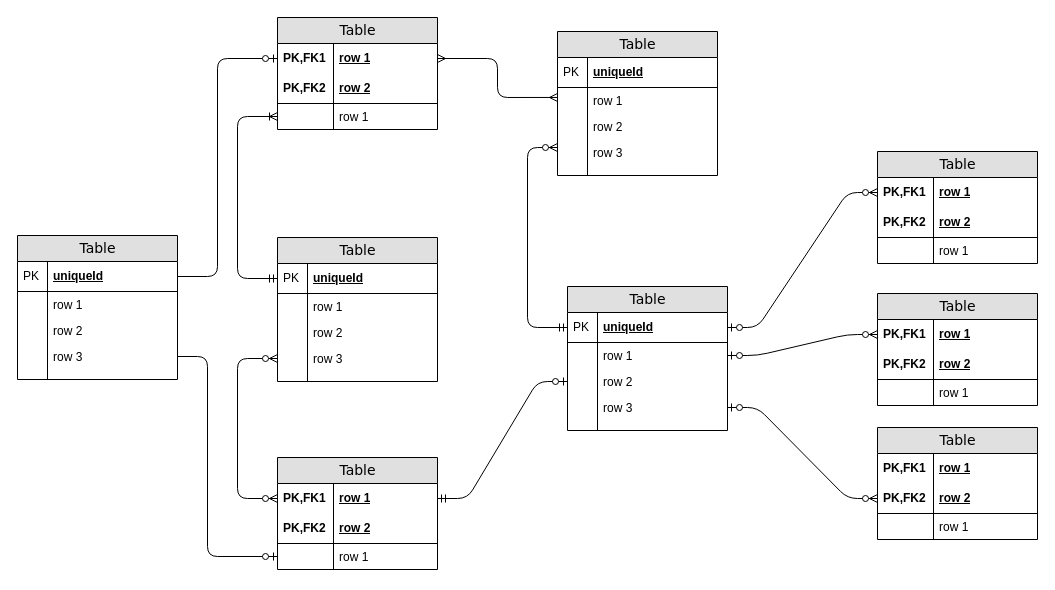
The draw.io diagram Diagrama sin título.drawio in lanza318/Documentacion, before the edit. Source tidied: cells renumbered, new cells numbered last; positions are measured from the earlier drawing's top-left corner, leaving out a move shared by most shapes. Both pictures are drawn from the tidied source at 100%, with x=0, y=0 at pixel (17, 17).
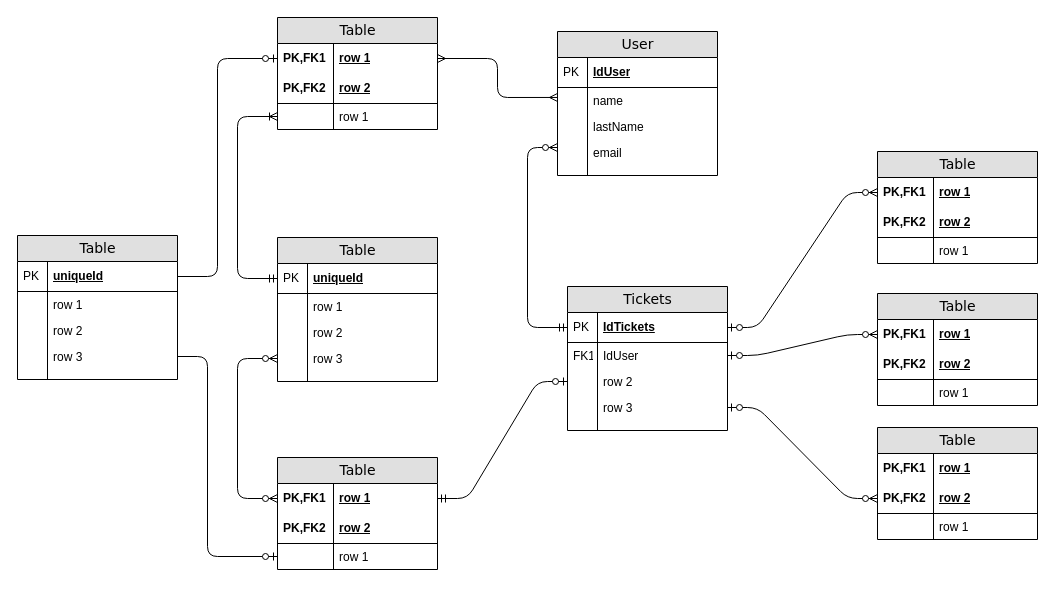
Above is the later version.

Diff of the diagram source:
```diff
@@
-    <mxCell id="9" value="Table" style="swimlane;html=1;fontStyle=0;horizontal=1;startSize=26;fillColor=#e0e0e0;swimlaneFillColor=#ffffff;align=center;rounded=0;shadow=0;comic=0;labelBackgroundColor=none;strokeWidth=1;fontFamily=Verdana;fontSize=14;swimlaneLine=1;" parent="1" vertex="1">
+    <mxCell id="9" value="User" style="swimlane;html=1;fontStyle=0;horizontal=1;startSize=26;fillColor=#e0e0e0;swimlaneFillColor=#ffffff;align=center;rounded=0;shadow=0;comic=0;labelBackgroundColor=none;strokeWidth=1;fontFamily=Verdana;fontSize=14;swimlaneLine=1;" parent="1" vertex="1">
       <mxGeometry x="540" y="14" width="160" height="144" as="geometry" />
     </mxCell>
-    <mxCell id="10" value="uniqueId" style="shape=partialRectangle;top=0;left=0;right=0;bottom=1;html=1;align=left;verticalAlign=middle;fillColor=none;spacingLeft=34;spacingRight=4;whiteSpace=wrap;overflow=hidden;fontStyle=5;" parent="9" vertex="1">
+    <mxCell id="10" value="IdUser" style="shape=partialRectangle;top=0;left=0;right=0;bottom=1;html=1;align=left;verticalAlign=middle;fillColor=none;spacingLeft=34;spacingRight=4;whiteSpace=wrap;overflow=hidden;fontStyle=5;" parent="9" vertex="1">
       <mxGeometry y="26" width="160" height="30" as="geometry" />
     </mxCell>
@@
-    <mxCell id="12" value="row 1" style="shape=partialRectangle;top=0;left=0;right=0;bottom=0;html=1;align=left;verticalAlign=top;fillColor=none;spacingLeft=34;spacingRight=4;whiteSpace=wrap;overflow=hidden;points=[[0,0.5],[1,0.5]];portConstraint=eastwest;" parent="9" vertex="1">
+    <mxCell id="12" value="name&lt;div&gt;&lt;br&gt;&lt;/div&gt;&lt;div&gt;&lt;br&gt;&lt;/div&gt;" style="shape=partialRectangle;top=0;left=0;right=0;bottom=0;html=1;align=left;verticalAlign=top;fillColor=none;spacingLeft=34;spacingRight=4;whiteSpace=wrap;overflow=hidden;points=[[0,0.5],[1,0.5]];portConstraint=eastwest;" parent="9" vertex="1">
       <mxGeometry y="56" width="160" height="26" as="geometry" />
     </mxCell>
@@
-    <mxCell id="14" value="row 2" style="shape=partialRectangle;top=0;left=0;right=0;bottom=0;html=1;align=left;verticalAlign=top;fillColor=none;spacingLeft=34;spacingRight=4;whiteSpace=wrap;overflow=hidden;" parent="9" vertex="1">
+    <mxCell id="14" value="lastName" style="shape=partialRectangle;top=0;left=0;right=0;bottom=0;html=1;align=left;verticalAlign=top;fillColor=none;spacingLeft=34;spacingRight=4;whiteSpace=wrap;overflow=hidden;" parent="9" vertex="1">
       <mxGeometry y="82" width="160" height="26" as="geometry" />
     </mxCell>
@@
-    <mxCell id="16" value="row 3" style="shape=partialRectangle;top=0;left=0;right=0;bottom=0;html=1;align=left;verticalAlign=top;fillColor=none;spacingLeft=34;spacingRight=4;whiteSpace=wrap;overflow=hidden;points=[[0,0.5],[1,0.5]];portConstraint=eastwest;" parent="9" vertex="1">
+    <mxCell id="16" value="email" style="shape=partialRectangle;top=0;left=0;right=0;bottom=0;html=1;align=left;verticalAlign=top;fillColor=none;spacingLeft=34;spacingRight=4;whiteSpace=wrap;overflow=hidden;points=[[0,0.5],[1,0.5]];portConstraint=eastwest;" parent="9" vertex="1">
       <mxGeometry y="108" width="160" height="26" as="geometry" />
     </mxCell>
@@
-    <mxCell id="31" value="Table" style="swimlane;html=1;fontStyle=0;horizontal=1;startSize=26;fillColor=#e0e0e0;swimlaneFillColor=#ffffff;align=center;rounded=0;shadow=0;comic=0;labelBackgroundColor=none;strokeWidth=1;fontFamily=Verdana;fontSize=14;" parent="1" vertex="1">
+    <mxCell id="31" value="Tickets" style="swimlane;html=1;fontStyle=0;horizontal=1;startSize=26;fillColor=#e0e0e0;swimlaneFillColor=#ffffff;align=center;rounded=0;shadow=0;comic=0;labelBackgroundColor=none;strokeWidth=1;fontFamily=Verdana;fontSize=14;" parent="1" vertex="1">
       <mxGeometry x="550" y="269" width="160" height="144" as="geometry" />
     </mxCell>
-    <mxCell id="32" value="uniqueId" style="shape=partialRectangle;top=0;left=0;right=0;bottom=1;html=1;align=left;verticalAlign=middle;fillColor=none;spacingLeft=34;spacingRight=4;whiteSpace=wrap;overflow=hidden;points=[[0,0.5],[1,0.5]];portConstraint=eastwest;fontStyle=5;" parent="31" vertex="1">
+    <mxCell id="32" value="IdTickets" style="shape=partialRectangle;top=0;left=0;right=0;bottom=1;html=1;align=left;verticalAlign=middle;fillColor=none;spacingLeft=34;spacingRight=4;whiteSpace=wrap;overflow=hidden;points=[[0,0.5],[1,0.5]];portConstraint=eastwest;fontStyle=5;" parent="31" vertex="1">
       <mxGeometry y="26" width="160" height="30" as="geometry" />
     </mxCell>
@@
-    <mxCell id="34" value="row 1" style="shape=partialRectangle;top=0;left=0;right=0;bottom=0;html=1;align=left;verticalAlign=top;fillColor=none;spacingLeft=34;spacingRight=4;whiteSpace=wrap;overflow=hidden;points=[[0,0.5],[1,0.5]];portConstraint=eastwest;" parent="31" vertex="1">
+    <mxCell id="34" value="IdUser" style="shape=partialRectangle;top=0;left=0;right=0;bottom=0;html=1;align=left;verticalAlign=top;fillColor=none;spacingLeft=34;spacingRight=4;whiteSpace=wrap;overflow=hidden;points=[[0,0.5],[1,0.5]];portConstraint=eastwest;" parent="31" vertex="1">
       <mxGeometry y="56" width="160" height="26" as="geometry" />
     </mxCell>
-    <mxCell id="35" style="shape=partialRectangle;top=0;left=0;bottom=0;html=1;fillColor=none;align=left;verticalAlign=top;spacingLeft=4;spacingRight=4;whiteSpace=wrap;overflow=hidden;" parent="34" vertex="1">
+    <mxCell id="35" value="FK1" style="shape=partialRectangle;top=0;left=0;bottom=0;html=1;fillColor=none;align=left;verticalAlign=top;spacingLeft=4;spacingRight=4;whiteSpace=wrap;overflow=hidden;" parent="34" vertex="1">
       <mxGeometry width="30" height="26" as="geometry" />
     </mxCell>
```
